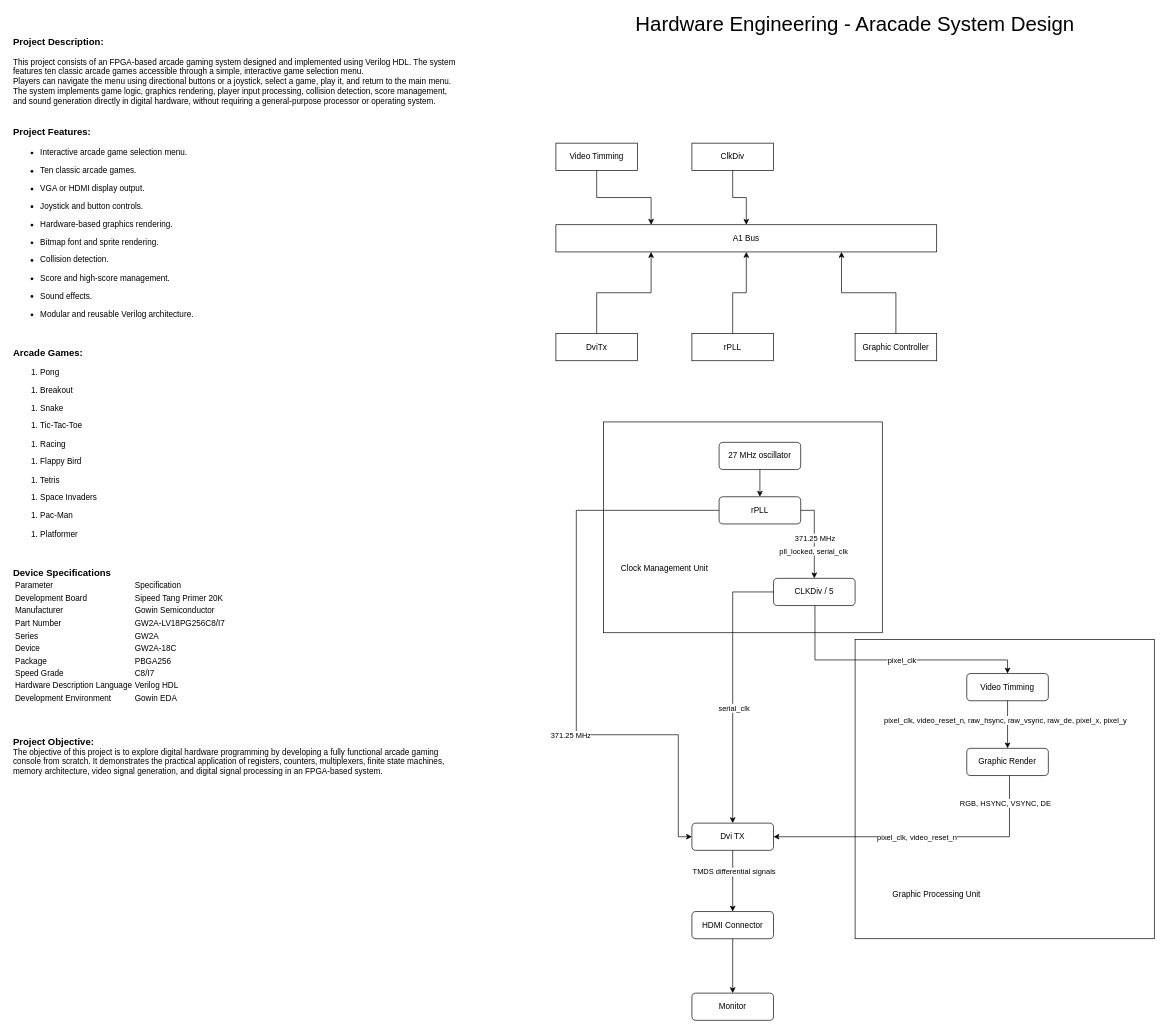
The draw.io diagram Arcade.drawio in brilliantnarlo/system-design-os, before the edit. Source tidied: cells renumbered, new cells numbered last; positions are measured from the earlier drawing's top-left corner, leaving out a move shared by most shapes. Both pictures are drawn from the tidied source at 68%, with x=0, y=0 at pixel (12, 14).
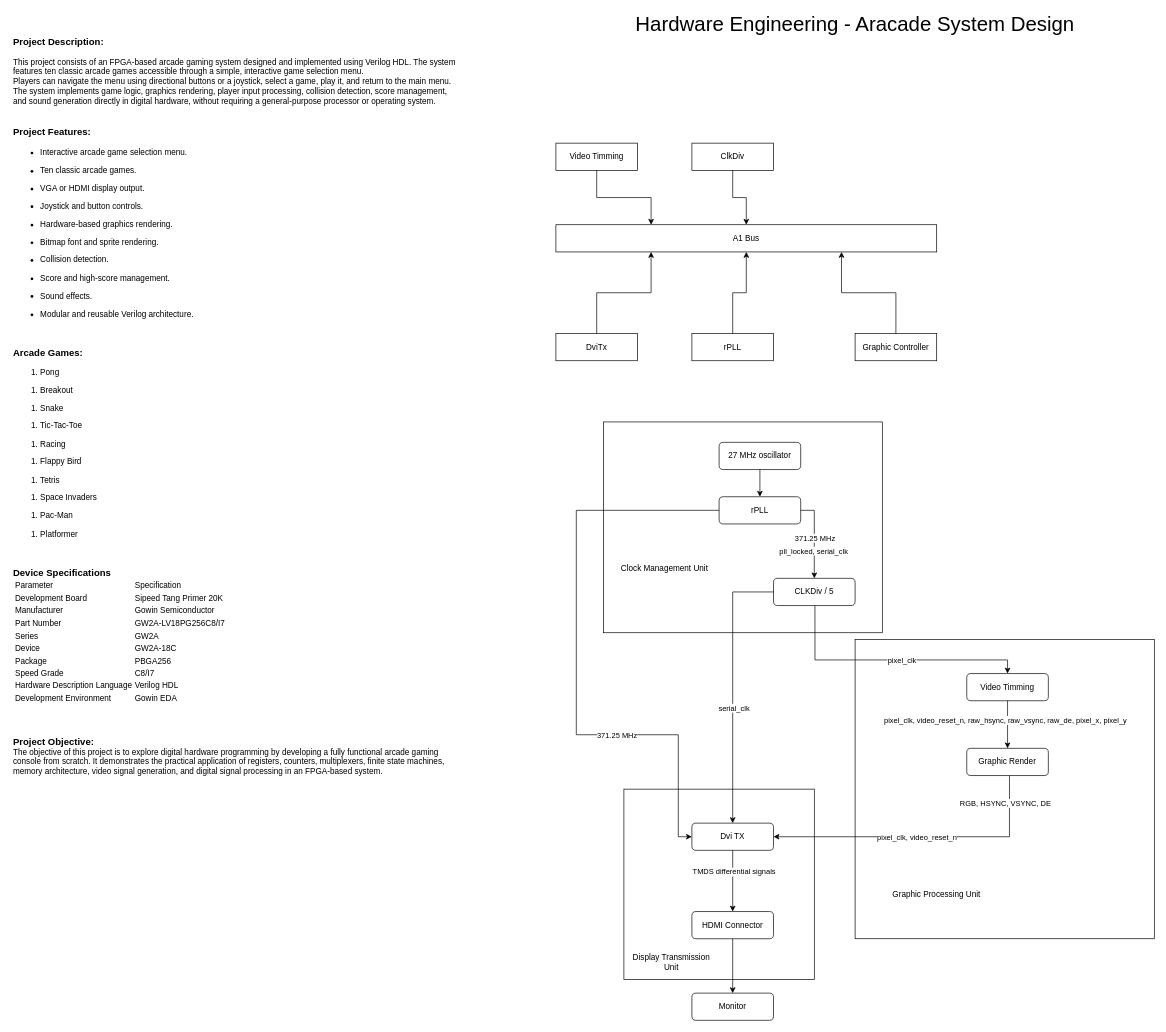
Above is the later version.

The change refers to these unchanged cells:
```xml
<mxCell id="25" style="endArrow=classic;html=1;rounded=0;defaultLabelBackgroundColor=page;labelPadding=0 4;entryX=0;entryY=0.5;entryDx=0;entryDy=0;exitX=0;exitY=0.5;exitDx=0;exitDy=0;edgeStyle=orthogonalEdgeStyle;" parent="1" edge="1" source="17" target="24">
  <mxGeometry x="0.53" relative="1" as="geometry">
    <Array as="points">
      <mxPoint x="830" y="730" />
      <mxPoint x="830" y="1060" />
      <mxPoint x="980" y="1060" />
      <mxPoint x="980" y="1210" />
    </Array>
  </mxGeometry>
</mxCell>
```

Diff of the diagram source:
```diff
@@
+    <mxCell id="45" style="whiteSpace=wrap;html=1;" parent="1" vertex="1">
+      <mxGeometry x="900" y="1140" width="280" height="280" as="geometry" />
+    </mxCell>
@@
     <mxCell id="26" value="371.25 MHz" style="edgeLabel;html=1;inheritText=1;align=center;verticalAlign=middle;defaultLabelBackgroundColor=page;labelPadding=0 4;" parent="25" vertex="1">
       <mxGeometry x="0.53" relative="1" as="geometry">
-        <mxPoint x="-127" as="offset" />
+        <mxPoint x="-59" as="offset" />
       </mxGeometry>
     </mxCell>
@@
+    <mxCell id="46" value="Display Transmission Unit" style="text;html=1;whiteSpace=wrap;strokeColor=none;fillColor=none;align=center;verticalAlign=middle;rounded=0;" parent="1" vertex="1">
+      <mxGeometry x="900" y="1380" width="140" height="30" as="geometry" />
+    </mxCell>
```
